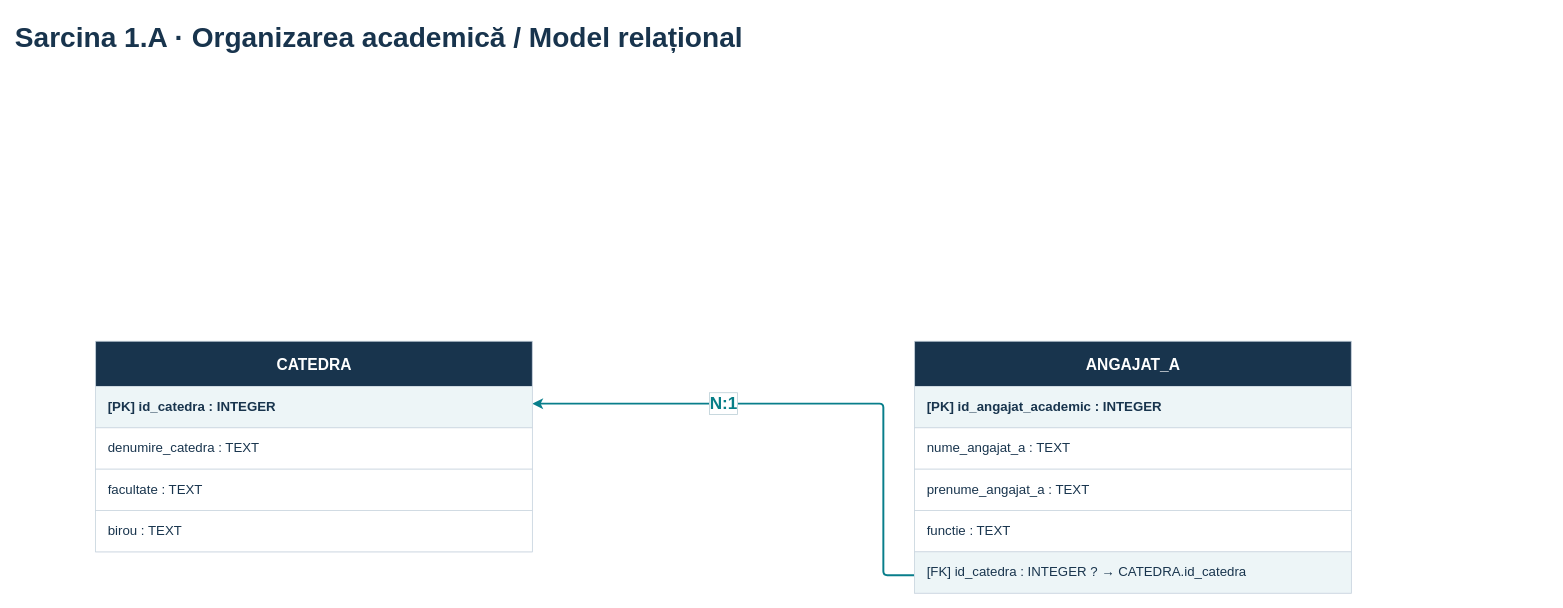
Earlier version of the draw.io diagram page "1.A · Tabele" (2 of 18) of lab 1/FINAL - Sarcinile 1-5/Laborator_1_Sarcinile_1-5_Simplificat.drawio (yuliitezarygml/bazele-de-date). Source tidied: cells renumbered, new cells numbered last; positions are measured from the earlier drawing's top-left corner, leaving out a move shared by most shapes. Both pictures are drawn from the tidied source at 78%, with x=0, y=0 at pixel (13, 13).
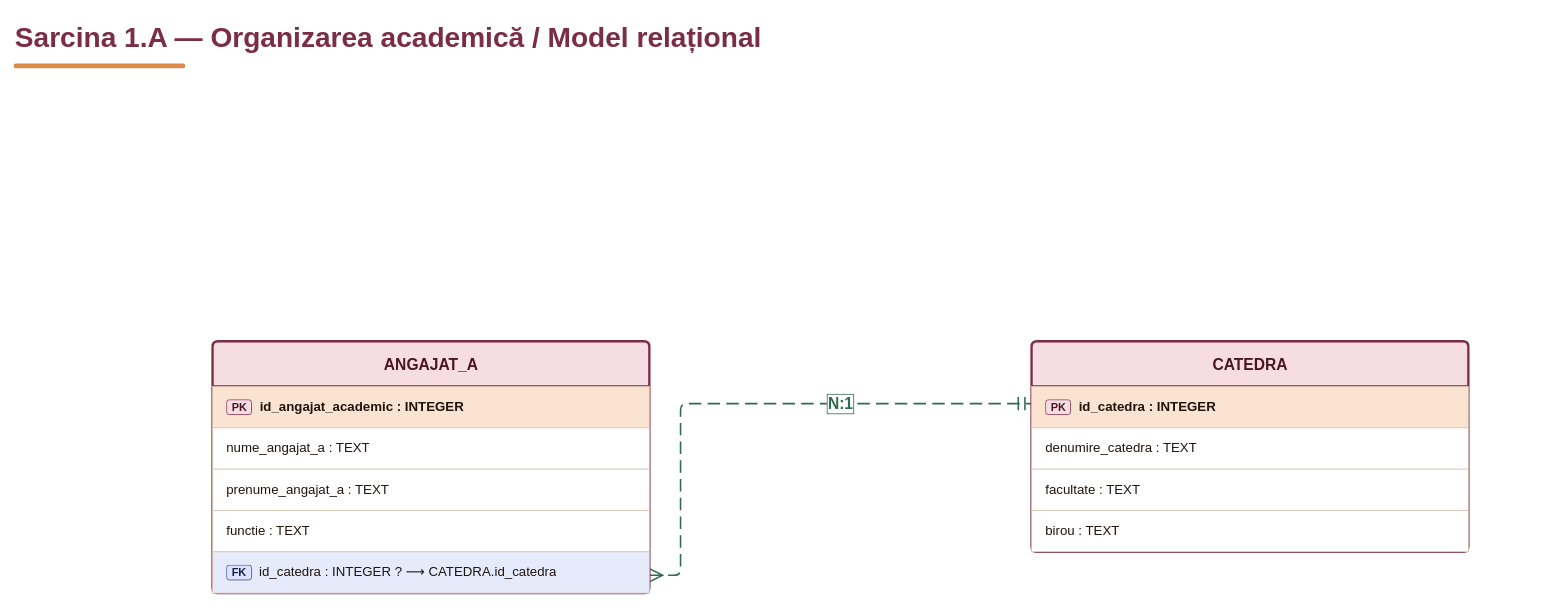
Above is the later version.

The edit, as a diff of the source:
```diff
@@
 <mxGraphModel background="#FFFFFF">
   <root>
     <mxCell id="0" />
     <mxCell id="1" parent="0" />
-    <mxCell id="2" value="N:1" style="edgeStyle=none;html=1;rounded=1;endArrow=classic;strokeColor=#087E8B;strokeWidth=2.5;fontFamily=Arial;fontSize=22;fontColor=#077E87;labelBackgroundColor=#FFFFFF;exitX=0;exitY=0.5660377358490566;entryX=1;entryY=0.41509433962264153;endFill=1;arcSize=10;jumpStyle=arc;jumpSize=8;fontStyle=1;labelBorderColor=#B9CDD5;spacing=5;" parent="1" edge="1" source="14" target="5">
+    <mxCell id="2" value="N:1" style="edgeStyle=none;html=1;rounded=1;arcSize=16;exitX=1;exitY=0.5660377358490566;entryX=0;entryY=0.41509433962264153;strokeColor=#2F6B4F;strokeWidth=2;dashed=1;dashPattern=8 4;startArrow=ERmany;startFill=0;endArrow=ERmandOne;endFill=0;startSize=14;endSize=14;fontFamily=Trebuchet MS;fontSize=20;fontStyle=1;fontColor=#2F6B4F;labelBackgroundColor=#FFFFFF;labelBorderColor=#2F6B4F;spacing=6;jumpStyle=gap;jumpSize=10;" parent="1" edge="1" source="14" target="5">
       <mxGeometry x="0.31" relative="1" as="geometry">
         <Array as="points">
-          <mxPoint x="1115" y="720" />
-          <mxPoint x="1115" y="500" />
-          <mxPoint x="705" y="500" />
+          <mxPoint x="855" y="720" />
+          <mxPoint x="855" y="500" />
+          <mxPoint x="1265" y="500" />
         </Array>
       </mxGeometry>
     </mxCell>
-    <mxCell id="3" value="Sarcina 1.A · Organizarea academică / Model relațional" style="text;html=1;whiteSpace=wrap;overflow=hidden;align=left;verticalAlign=middle;fontFamily=Arial;fontSize=36;fontColor=#18344D;fontStyle=1;" parent="1" vertex="1">
+    <mxCell id="3" value="Sarcina 1.A — Organizarea academică / Model relațional" style="text;html=1;whiteSpace=wrap;fontFamily=Trebuchet MS;fontSize=36;overflow=hidden;align=left;verticalAlign=middle;fontStyle=1;fontColor=#7B2D43;" parent="1" vertex="1">
       <mxGeometry width="1970" height="60" as="geometry" />
     </mxCell>
-    <mxCell id="4" value="&lt;b&gt;CATEDRA&lt;/b&gt;" style="swimlane;html=1;startSize=58;horizontal=1;rounded=0;fillColor=#18344D;swimlaneFillColor=#FFFFFF;strokeColor=#CBD6E0;fontColor=#FFFFFF;fontFamily=Arial;fontSize=20;fontStyle=1;align=center;" parent="1" vertex="1">
-      <mxGeometry x="105" y="420" width="560" height="270" as="geometry" />
+    <mxCell id="4" value="&lt;b&gt;CATEDRA&lt;/b&gt;" style="swimlane;html=1;startSize=58;horizontal=1;rounded=1;arcSize=4;fillColor=#F6DCE3;swimlaneFillColor=#FFFFFF;strokeColor=#7B2D43;strokeWidth=3;fontColor=#4A1526;fontFamily=Trebuchet MS;fontSize=20;fontStyle=1;align=center;" parent="1" vertex="1">
+      <mxGeometry x="1305" y="420" width="560" height="270" as="geometry" />
     </mxCell>
-    <mxCell id="5" value="&lt;b&gt;[PK] id_catedra : INTEGER&lt;/b&gt;" style="html=1;whiteSpace=wrap;overflow=hidden;align=left;verticalAlign=middle;spacingLeft=14;fontFamily=Arial;fontSize=17;fontColor=#18344D;strokeColor=#CBD6E0;fillColor=#EDF5F7;" parent="4" vertex="1">
+    <mxCell id="5" value="&lt;b&gt;&lt;span style=&quot;background-color:#F6DCE3;color:#4A1526;border:1px solid #7B2D43;border-radius:4px;padding:1px 6px;font-size:14px;font-weight:bold;&quot;&gt;PK&lt;/span&gt;&amp;nbsp;&amp;nbsp;id_catedra : INTEGER&lt;/b&gt;" style="html=1;whiteSpace=wrap;fontFamily=Trebuchet MS;fontSize=17;overflow=hidden;align=left;verticalAlign=middle;spacingLeft=16;fontColor=#1F140E;strokeColor=#D9C2B2;fillColor=#FBE3D1;" parent="4" vertex="1">
       <mxGeometry y="58" width="560" height="53" as="geometry" />
     </mxCell>
-    <mxCell id="6" value="denumire_catedra : TEXT" style="html=1;whiteSpace=wrap;overflow=hidden;align=left;verticalAlign=middle;spacingLeft=14;fontFamily=Arial;fontSize=17;fontColor=#18344D;strokeColor=#CBD6E0;fillColor=#FFFFFF;" parent="4" vertex="1">
+    <mxCell id="6" value="denumire_catedra : TEXT" style="html=1;whiteSpace=wrap;fontFamily=Trebuchet MS;fontSize=17;overflow=hidden;align=left;verticalAlign=middle;spacingLeft=16;fontColor=#1F140E;strokeColor=#D9C2B2;fillColor=#FFFFFF;" parent="4" vertex="1">
       <mxGeometry y="111" width="560" height="53" as="geometry" />
     </mxCell>
-    <mxCell id="7" value="facultate : TEXT" style="html=1;whiteSpace=wrap;overflow=hidden;align=left;verticalAlign=middle;spacingLeft=14;fontFamily=Arial;fontSize=17;fontColor=#18344D;strokeColor=#CBD6E0;fillColor=#FFFFFF;" parent="4" vertex="1">
+    <mxCell id="7" value="facultate : TEXT" style="html=1;whiteSpace=wrap;fontFamily=Trebuchet MS;fontSize=17;overflow=hidden;align=left;verticalAlign=middle;spacingLeft=16;fontColor=#1F140E;strokeColor=#D9C2B2;fillColor=#FFFFFF;" parent="4" vertex="1">
       <mxGeometry y="164" width="560" height="53" as="geometry" />
     </mxCell>
-    <mxCell id="8" value="birou : TEXT" style="html=1;whiteSpace=wrap;overflow=hidden;align=left;verticalAlign=middle;spacingLeft=14;fontFamily=Arial;fontSize=17;fontColor=#18344D;strokeColor=#CBD6E0;fillColor=#FFFFFF;" parent="4" vertex="1">
+    <mxCell id="8" value="birou : TEXT" style="html=1;whiteSpace=wrap;fontFamily=Trebuchet MS;fontSize=17;overflow=hidden;align=left;verticalAlign=middle;spacingLeft=16;fontColor=#1F140E;strokeColor=#D9C2B2;fillColor=#FFFFFF;" parent="4" vertex="1">
       <mxGeometry y="217" width="560" height="53" as="geometry" />
     </mxCell>
-    <mxCell id="9" value="&lt;b&gt;ANGAJAT_A&lt;/b&gt;" style="swimlane;html=1;startSize=58;horizontal=1;rounded=0;fillColor=#18344D;swimlaneFillColor=#FFFFFF;strokeColor=#CBD6E0;fontColor=#FFFFFF;fontFamily=Arial;fontSize=20;fontStyle=1;align=center;" parent="1" vertex="1">
-      <mxGeometry x="1155" y="420" width="560" height="323" as="geometry" />
+    <mxCell id="9" value="&lt;b&gt;ANGAJAT_A&lt;/b&gt;" style="swimlane;html=1;startSize=58;horizontal=1;rounded=1;arcSize=4;fillColor=#F6DCE3;swimlaneFillColor=#FFFFFF;strokeColor=#7B2D43;strokeWidth=3;fontColor=#4A1526;fontFamily=Trebuchet MS;fontSize=20;fontStyle=1;align=center;" parent="1" vertex="1">
+      <mxGeometry x="255" y="420" width="560" height="323" as="geometry" />
     </mxCell>
-    <mxCell id="10" value="&lt;b&gt;[PK] id_angajat_academic : INTEGER&lt;/b&gt;" style="html=1;whiteSpace=wrap;overflow=hidden;align=left;verticalAlign=middle;spacingLeft=14;fontFamily=Arial;fontSize=17;fontColor=#18344D;strokeColor=#CBD6E0;fillColor=#EDF5F7;" parent="9" vertex="1">
+    <mxCell id="10" value="&lt;b&gt;&lt;span style=&quot;background-color:#F6DCE3;color:#4A1526;border:1px solid #7B2D43;border-radius:4px;padding:1px 6px;font-size:14px;font-weight:bold;&quot;&gt;PK&lt;/span&gt;&amp;nbsp;&amp;nbsp;id_angajat_academic : INTEGER&lt;/b&gt;" style="html=1;whiteSpace=wrap;fontFamily=Trebuchet MS;fontSize=17;overflow=hidden;align=left;verticalAlign=middle;spacingLeft=16;fontColor=#1F140E;strokeColor=#D9C2B2;fillColor=#FBE3D1;" parent="9" vertex="1">
       <mxGeometry y="58" width="560" height="53" as="geometry" />
     </mxCell>
-    <mxCell id="11" value="nume_angajat_a : TEXT" style="html=1;whiteSpace=wrap;overflow=hidden;align=left;verticalAlign=middle;spacingLeft=14;fontFamily=Arial;fontSize=17;fontColor=#18344D;strokeColor=#CBD6E0;fillColor=#FFFFFF;" parent="9" vertex="1">
+    <mxCell id="11" value="nume_angajat_a : TEXT" style="html=1;whiteSpace=wrap;fontFamily=Trebuchet MS;fontSize=17;overflow=hidden;align=left;verticalAlign=middle;spacingLeft=16;fontColor=#1F140E;strokeColor=#D9C2B2;fillColor=#FFFFFF;" parent="9" vertex="1">
       <mxGeometry y="111" width="560" height="53" as="geometry" />
     </mxCell>
-    <mxCell id="12" value="prenume_angajat_a : TEXT" style="html=1;whiteSpace=wrap;overflow=hidden;align=left;verticalAlign=middle;spacingLeft=14;fontFamily=Arial;fontSize=17;fontColor=#18344D;strokeColor=#CBD6E0;fillColor=#FFFFFF;" parent="9" vertex="1">
+    <mxCell id="12" value="prenume_angajat_a : TEXT" style="html=1;whiteSpace=wrap;fontFamily=Trebuchet MS;fontSize=17;overflow=hidden;align=left;verticalAlign=middle;spacingLeft=16;fontColor=#1F140E;strokeColor=#D9C2B2;fillColor=#FFFFFF;" parent="9" vertex="1">
       <mxGeometry y="164" width="560" height="53" as="geometry" />
     </mxCell>
-    <mxCell id="13" value="functie : TEXT" style="html=1;whiteSpace=wrap;overflow=hidden;align=left;verticalAlign=middle;spacingLeft=14;fontFamily=Arial;fontSize=17;fontColor=#18344D;strokeColor=#CBD6E0;fillColor=#FFFFFF;" parent="9" vertex="1">
+    <mxCell id="13" value="functie : TEXT" style="html=1;whiteSpace=wrap;fontFamily=Trebuchet MS;fontSize=17;overflow=hidden;align=left;verticalAlign=middle;spacingLeft=16;fontColor=#1F140E;strokeColor=#D9C2B2;fillColor=#FFFFFF;" parent="9" vertex="1">
       <mxGeometry y="217" width="560" height="53" as="geometry" />
     </mxCell>
-    <mxCell id="14" value="[FK] id_catedra : INTEGER ? → CATEDRA.id_catedra" style="html=1;whiteSpace=wrap;overflow=hidden;align=left;verticalAlign=middle;spacingLeft=14;fontFamily=Arial;fontSize=17;fontColor=#18344D;strokeColor=#CBD6E0;fillColor=#EDF5F7;" parent="9" vertex="1">
+    <mxCell id="14" value="&lt;span style=&quot;background-color:#DDE3FA;color:#16204F;border:1px solid #3A4A9A;border-radius:4px;padding:1px 6px;font-size:14px;font-weight:bold;&quot;&gt;FK&lt;/span&gt;&amp;nbsp;&amp;nbsp;id_catedra : INTEGER ? ⟶ CATEDRA.id_catedra" style="html=1;whiteSpace=wrap;fontFamily=Trebuchet MS;fontSize=17;overflow=hidden;align=left;verticalAlign=middle;spacingLeft=16;fontColor=#1F140E;strokeColor=#D9C2B2;fillColor=#E6EBFB;" parent="9" vertex="1">
       <mxGeometry y="270" width="560" height="53" as="geometry" />
     </mxCell>
+    <mxCell id="15" style="rounded=1;arcSize=50;html=1;fillColor=#D98B4A;strokeColor=none;" parent="1" vertex="1">
+      <mxGeometry y="64" width="220" height="6" as="geometry" />
+    </mxCell>
   </root>
 </mxGraphModel>
```
